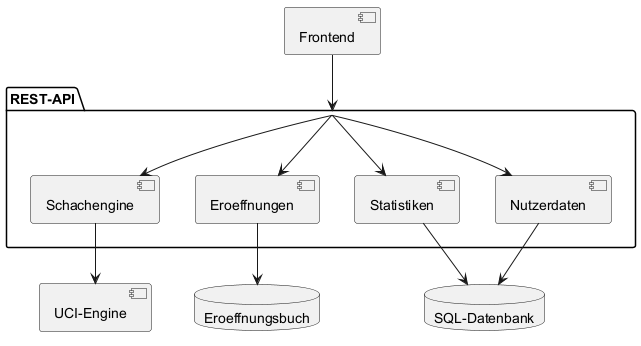
This is images/diagrams/components.png from MaarxS/chess-opening-training-paper, a PlantUML export, as it was before one commit.
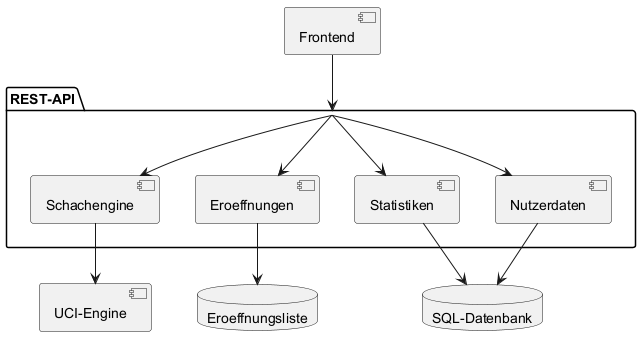
Above is the later version.

The edit, as a diff of the source:
```diff
@@ -7,7 +7,7 @@
   [Statistiken]
 }
 [UCI-Engine] as uci
-database Eroeffnungsbuch as buch
+database Eroeffnungsliste as liste
 database "SQL-Datenbank" as sql
 
 Frontend --> API
@@ -17,7 +17,7 @@
 API --> Statistiken
 
 Schachengine --> uci
-Eroeffnungen --> buch
+Eroeffnungen --> liste
 Nutzerdaten --> sql
 Statistiken --> sql
 
```
